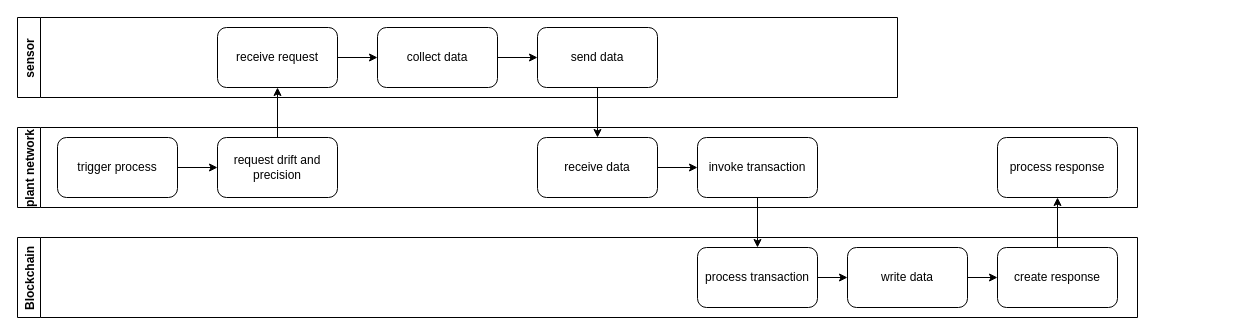
This is reporting/docs/continous-qa-of-ams-in-operationv2.drawio from KSilkThread/carbonedge, a draw.io file, before an edit. Source tidied: cells renumbered, new cells numbered last; positions are measured from the earlier drawing's top-left corner, leaving out a move shared by most shapes. Both pictures are drawn from the tidied source at 100%, with x=0, y=0 at pixel (17, 17).
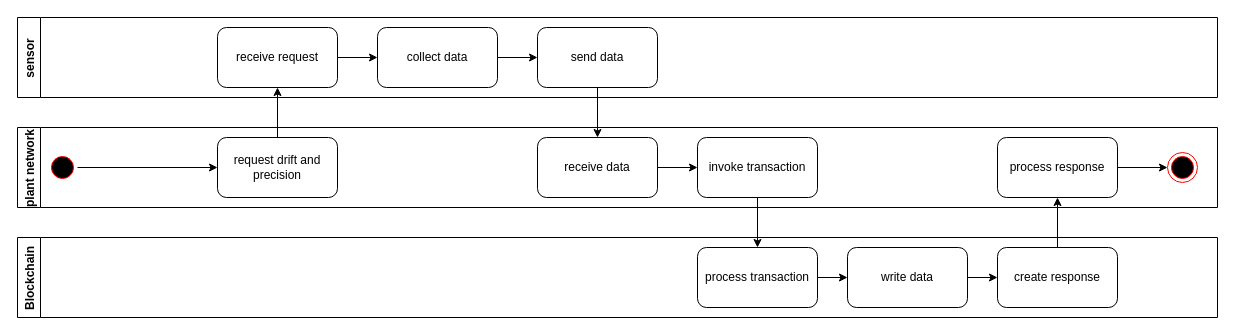
After the change.

Unchanged cells that the change refers to:
```xml
<mxCell id="11" value="request drift and precision" style="rounded=1;whiteSpace=wrap;html=1;" parent="8" vertex="1">
  <mxGeometry x="200" y="10" width="120" height="60" as="geometry" />
</mxCell>
<mxCell id="15" value="process response" style="rounded=1;whiteSpace=wrap;html=1;" parent="8" vertex="1">
  <mxGeometry x="980" y="10" width="120" height="60" as="geometry" />
</mxCell>
```

The edit, as a diff of the source:
```diff
@@
-<mxGraphModel>
+<mxGraphModel background="#FFFFFF">
@@
     <mxCell id="2" value="sensor" style="swimlane;horizontal=0;" parent="1" vertex="1">
-      <mxGeometry width="880" height="80" as="geometry" />
+      <mxGeometry width="1200" height="80" as="geometry" />
     </mxCell>
@@
     <mxCell id="8" value="plant network" style="swimlane;horizontal=0;" parent="1" vertex="1">
-      <mxGeometry y="110" width="1120" height="80" as="geometry" />
+      <mxGeometry y="110" width="1200" height="80" as="geometry" />
     </mxCell>
-    <mxCell id="9" style="edgeStyle=orthogonalEdgeStyle;rounded=0;jettySize=auto;html=1;exitX=1;exitY=0.5;exitDx=0;exitDy=0;entryX=0;entryY=0.5;entryDx=0;entryDy=0;" parent="8" edge="1" source="10" target="11">
-      <mxGeometry relative="1" as="geometry" />
-    </mxCell>
-    <mxCell id="10" value="trigger process" style="rounded=1;whiteSpace=wrap;html=1;" parent="8" vertex="1">
-      <mxGeometry x="40" y="10" width="120" height="60" as="geometry" />
-    </mxCell>
@@
+    <mxCell id="26" style="edgeStyle=orthogonalEdgeStyle;rounded=0;jettySize=auto;html=1;exitX=1;exitY=0.5;exitDx=0;exitDy=0;" parent="8" edge="1" source="15" target="29">
+      <mxGeometry relative="1" as="geometry" />
+    </mxCell>
@@
+    <mxCell id="27" style="edgeStyle=orthogonalEdgeStyle;rounded=0;jettySize=auto;html=1;exitX=1;exitY=0.5;exitDx=0;exitDy=0;" parent="8" edge="1" source="28" target="11">
+      <mxGeometry relative="1" as="geometry" />
+    </mxCell>
+    <mxCell id="28" style="ellipse;html=1;shape=startState;fillColor=#000000;strokeColor=#ff0000;" parent="8" vertex="1">
+      <mxGeometry x="30" y="25" width="30" height="30" as="geometry" />
+    </mxCell>
+    <mxCell id="29" style="ellipse;html=1;shape=endState;fillColor=#000000;strokeColor=#ff0000;" parent="8" vertex="1">
+      <mxGeometry x="1150" y="25" width="30" height="30" as="geometry" />
+    </mxCell>
     <mxCell id="16" value="Blockchain" style="swimlane;horizontal=0;" parent="1" vertex="1">
-      <mxGeometry y="220" width="1120" height="80" as="geometry" />
+      <mxGeometry y="220" width="1200" height="80" as="geometry" />
     </mxCell>
```
